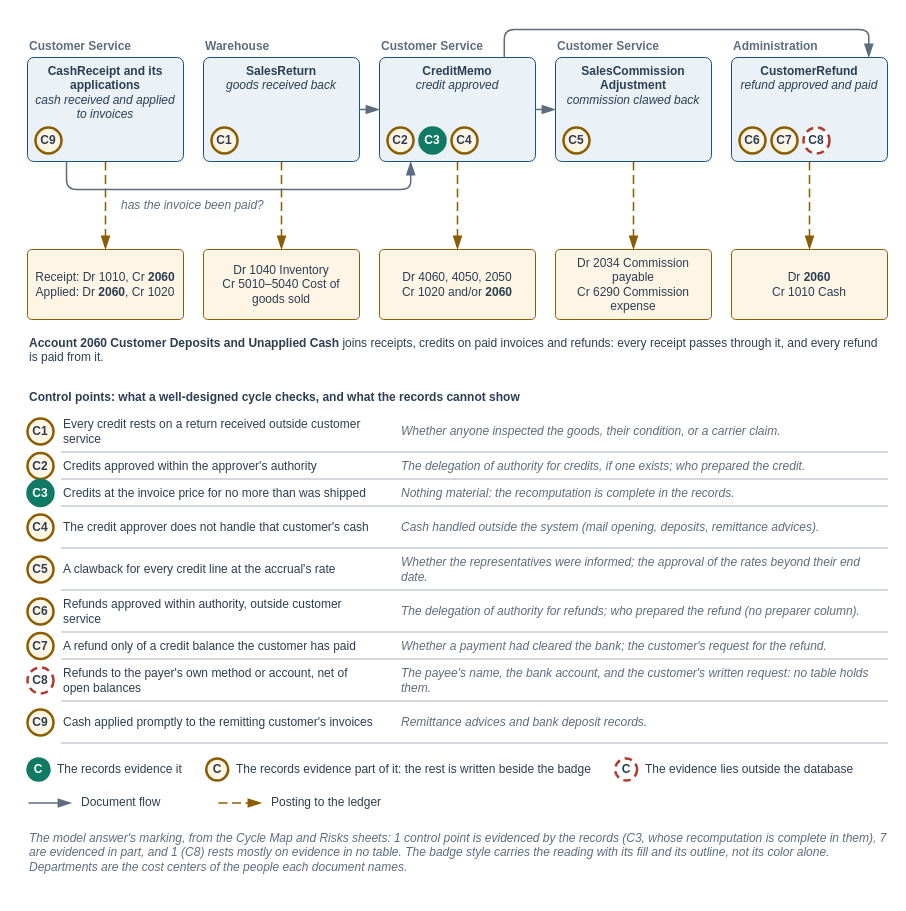
Above: facts/instructor/figures/chapter-19-customer-credits-audit/IF-19-1-A.drawio in mmcodesso/Accounting_Analytics_Book (draw.io), before the change. Source tidied: cells renumbered, new cells numbered last; positions are measured from the earlier drawing's top-left corner, leaving out a move shared by most shapes. Both pictures are drawn from the tidied source at 100%, with x=0, y=0 at pixel (27, 17).
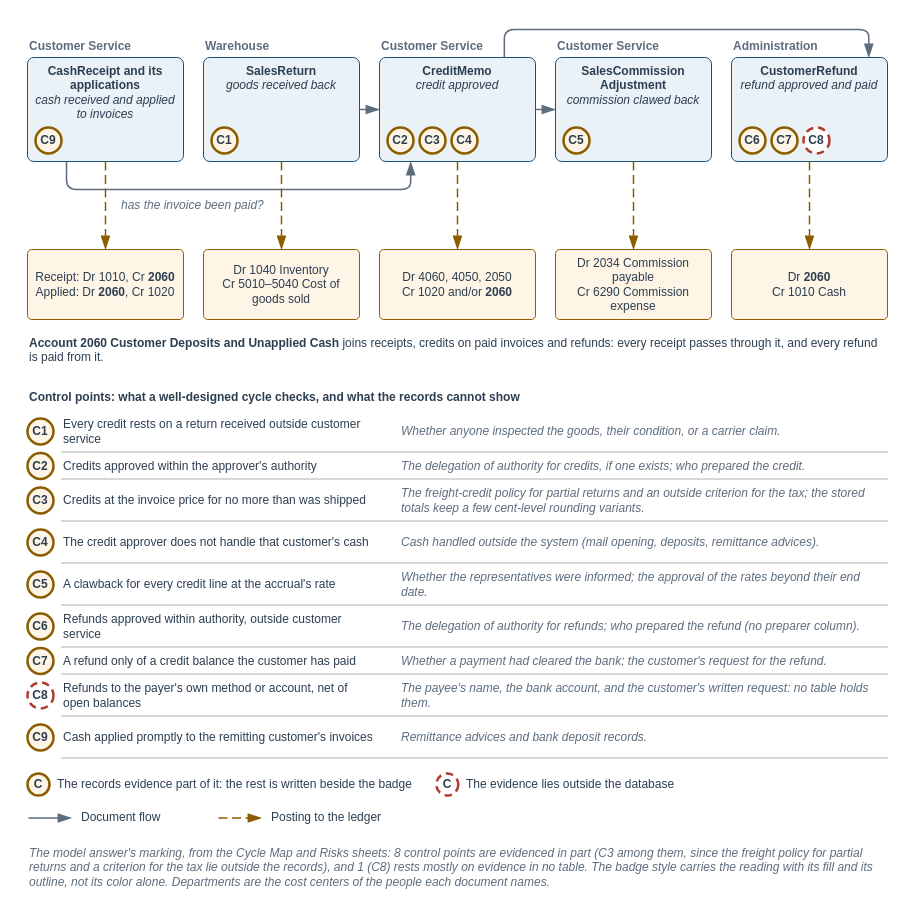
The same diagram, later.

The edit, as a diff of the source:
```diff
@@
     <mxCell id="2" style="rounded=0;html=1;fillColor=none;strokeColor=none;" parent="1" vertex="1">
-      <mxGeometry width="860" height="862" as="geometry" />
+      <mxGeometry width="860" height="877" as="geometry" />
     </mxCell>
@@
-    <mxCell id="16" value="&lt;b&gt;C3&lt;/b&gt;" style="ellipse;whiteSpace=wrap;html=1;fillColor=#117A65;strokeColor=#117A65;strokeWidth=2.5;fontColor=#FFFFFF;fontSize=12;fontFamily=Helvetica;align=center;verticalAlign=middle;spacing=0;" parent="1" vertex="1">
+    <mxCell id="16" value="&lt;b&gt;C3&lt;/b&gt;" style="ellipse;whiteSpace=wrap;html=1;fillColor=#FEF5E7;strokeColor=#8A5D00;strokeWidth=2.5;fontColor=#2C3E50;fontSize=12;fontFamily=Helvetica;align=center;verticalAlign=middle;spacing=0;" parent="1" vertex="1">
       <mxGeometry x="392" y="110" width="26" height="26" as="geometry" />
     </mxCell>
@@
-    <mxCell id="47" value="&lt;b&gt;C3&lt;/b&gt;" style="ellipse;whiteSpace=wrap;html=1;fillColor=#117A65;strokeColor=#117A65;strokeWidth=2.5;fontColor=#FFFFFF;fontSize=12;fontFamily=Helvetica;align=center;verticalAlign=middle;spacing=0;" parent="1" vertex="1">
-      <mxGeometry y="462.5" width="26" height="26" as="geometry" />
+    <mxCell id="47" value="&lt;b&gt;C3&lt;/b&gt;" style="ellipse;whiteSpace=wrap;html=1;fillColor=#FEF5E7;strokeColor=#8A5D00;strokeWidth=2.5;fontColor=#2C3E50;fontSize=12;fontFamily=Helvetica;align=center;verticalAlign=middle;spacing=0;" parent="1" vertex="1">
+      <mxGeometry y="470" width="26" height="26" as="geometry" />
     </mxCell>
     <mxCell id="48" value="Credits at the invoice price for no more than was shipped" style="text;html=1;whiteSpace=wrap;align=left;verticalAlign=middle;fontSize=12;fontColor=#2C3E50;fontStyle=0;fontFamily=Helvetica;spacing=2;fillColor=none;strokeColor=none;" parent="1" vertex="1">
-      <mxGeometry x="34" y="463" width="316" height="25" as="geometry" />
+      <mxGeometry x="34" y="463" width="316" height="40" as="geometry" />
     </mxCell>
-    <mxCell id="49" value="&lt;i&gt;Nothing material: the recomputation is complete in the records.&lt;/i&gt;" style="text;html=1;whiteSpace=wrap;align=left;verticalAlign=middle;fontSize=12;fontColor=#5D6D7E;fontStyle=0;fontFamily=Helvetica;spacing=2;fillColor=none;strokeColor=none;" parent="1" vertex="1">
-      <mxGeometry x="372" y="463" width="488" height="25" as="geometry" />
+    <mxCell id="49" value="&lt;i&gt;The freight-credit policy for partial returns and an outside criterion for the tax; the stored totals keep a few cent-level rounding variants.&lt;/i&gt;" style="text;html=1;whiteSpace=wrap;align=left;verticalAlign=middle;fontSize=12;fontColor=#5D6D7E;fontStyle=0;fontFamily=Helvetica;spacing=2;fillColor=none;strokeColor=none;" parent="1" vertex="1">
+      <mxGeometry x="372" y="463" width="488" height="40" as="geometry" />
     </mxCell>
     <mxCell id="50" style="rounded=0;arcSize=6;whiteSpace=wrap;html=1;fillColor=#D5D8DC;strokeColor=#D5D8DC;strokeWidth=1;fontColor=#2C3E50;fontSize=13;fontStyle=0;align=center;verticalAlign=middle;fontFamily=Helvetica;spacingLeft=6;spacingRight=6;" parent="1" vertex="1">
-      <mxGeometry x="34" y="488" width="826" height="1" as="geometry" />
+      <mxGeometry x="34" y="503" width="826" height="1" as="geometry" />
     </mxCell>
     <mxCell id="51" value="&lt;b&gt;C4&lt;/b&gt;" style="ellipse;whiteSpace=wrap;html=1;fillColor=#FEF5E7;strokeColor=#8A5D00;strokeWidth=2.5;fontColor=#2C3E50;fontSize=12;fontFamily=Helvetica;align=center;verticalAlign=middle;spacing=0;" parent="1" vertex="1">
-      <mxGeometry y="497" width="26" height="26" as="geometry" />
+      <mxGeometry y="512" width="26" height="26" as="geometry" />
     </mxCell>
     <mxCell id="52" value="The credit approver does not handle that customer's cash" style="text;html=1;whiteSpace=wrap;align=left;verticalAlign=middle;fontSize=12;fontColor=#2C3E50;fontStyle=0;fontFamily=Helvetica;spacing=2;fillColor=none;strokeColor=none;" parent="1" vertex="1">
-      <mxGeometry x="34" y="490" width="316" height="40" as="geometry" />
+      <mxGeometry x="34" y="505" width="316" height="40" as="geometry" />
     </mxCell>
     <mxCell id="53" value="&lt;i&gt;Cash handled outside the system (mail opening, deposits, remittance advices).&lt;/i&gt;" style="text;html=1;whiteSpace=wrap;align=left;verticalAlign=middle;fontSize=12;fontColor=#5D6D7E;fontStyle=0;fontFamily=Helvetica;spacing=2;fillColor=none;strokeColor=none;" parent="1" vertex="1">
-      <mxGeometry x="372" y="490" width="488" height="40" as="geometry" />
+      <mxGeometry x="372" y="505" width="488" height="40" as="geometry" />
     </mxCell>
     <mxCell id="54" style="rounded=0;arcSize=6;whiteSpace=wrap;html=1;fillColor=#D5D8DC;strokeColor=#D5D8DC;strokeWidth=1;fontColor=#2C3E50;fontSize=13;fontStyle=0;align=center;verticalAlign=middle;fontFamily=Helvetica;spacingLeft=6;spacingRight=6;" parent="1" vertex="1">
-      <mxGeometry x="34" y="530" width="826" height="1" as="geometry" />
+      <mxGeometry x="34" y="545" width="826" height="1" as="geometry" />
     </mxCell>
     <mxCell id="55" value="&lt;b&gt;C5&lt;/b&gt;" style="ellipse;whiteSpace=wrap;html=1;fillColor=#FEF5E7;strokeColor=#8A5D00;strokeWidth=2.5;fontColor=#2C3E50;fontSize=12;fontFamily=Helvetica;align=center;verticalAlign=middle;spacing=0;" parent="1" vertex="1">
-      <mxGeometry y="539" width="26" height="26" as="geometry" />
+      <mxGeometry y="554" width="26" height="26" as="geometry" />
     </mxCell>
     <mxCell id="56" value="A clawback for every credit line at the accrual's rate" style="text;html=1;whiteSpace=wrap;align=left;verticalAlign=middle;fontSize=12;fontColor=#2C3E50;fontStyle=0;fontFamily=Helvetica;spacing=2;fillColor=none;strokeColor=none;" parent="1" vertex="1">
-      <mxGeometry x="34" y="532" width="316" height="40" as="geometry" />
+      <mxGeometry x="34" y="547" width="316" height="40" as="geometry" />
     </mxCell>
     <mxCell id="57" value="&lt;i&gt;Whether the representatives were informed; the approval of the rates beyond their end date.&lt;/i&gt;" style="text;html=1;whiteSpace=wrap;align=left;verticalAlign=middle;fontSize=12;fontColor=#5D6D7E;fontStyle=0;fontFamily=Helvetica;spacing=2;fillColor=none;strokeColor=none;" parent="1" vertex="1">
-      <mxGeometry x="372" y="532" width="488" height="40" as="geometry" />
+      <mxGeometry x="372" y="547" width="488" height="40" as="geometry" />
     </mxCell>
     <mxCell id="58" style="rounded=0;arcSize=6;whiteSpace=wrap;html=1;fillColor=#D5D8DC;strokeColor=#D5D8DC;strokeWidth=1;fontColor=#2C3E50;fontSize=13;fontStyle=0;align=center;verticalAlign=middle;fontFamily=Helvetica;spacingLeft=6;spacingRight=6;" parent="1" vertex="1">
-      <mxGeometry x="34" y="572" width="826" height="1" as="geometry" />
+      <mxGeometry x="34" y="587" width="826" height="1" as="geometry" />
     </mxCell>
     <mxCell id="59" value="&lt;b&gt;C6&lt;/b&gt;" style="ellipse;whiteSpace=wrap;html=1;fillColor=#FEF5E7;strokeColor=#8A5D00;strokeWidth=2.5;fontColor=#2C3E50;fontSize=12;fontFamily=Helvetica;align=center;verticalAlign=middle;spacing=0;" parent="1" vertex="1">
-      <mxGeometry y="581" width="26" height="26" as="geometry" />
+      <mxGeometry y="596" width="26" height="26" as="geometry" />
     </mxCell>
     <mxCell id="60" value="Refunds approved within authority, outside customer service" style="text;html=1;whiteSpace=wrap;align=left;verticalAlign=middle;fontSize=12;fontColor=#2C3E50;fontStyle=0;fontFamily=Helvetica;spacing=2;fillColor=none;strokeColor=none;" parent="1" vertex="1">
-      <mxGeometry x="34" y="574" width="316" height="40" as="geometry" />
+      <mxGeometry x="34" y="589" width="316" height="40" as="geometry" />
     </mxCell>
     <mxCell id="61" value="&lt;i&gt;The delegation of authority for refunds; who prepared the refund (no preparer column).&lt;/i&gt;" style="text;html=1;whiteSpace=wrap;align=left;verticalAlign=middle;fontSize=12;fontColor=#5D6D7E;fontStyle=0;fontFamily=Helvetica;spacing=2;fillColor=none;strokeColor=none;" parent="1" vertex="1">
-      <mxGeometry x="372" y="574" width="488" height="40" as="geometry" />
+      <mxGeometry x="372" y="589" width="488" height="40" as="geometry" />
     </mxCell>
     <mxCell id="62" style="rounded=0;arcSize=6;whiteSpace=wrap;html=1;fillColor=#D5D8DC;strokeColor=#D5D8DC;strokeWidth=1;fontColor=#2C3E50;fontSize=13;fontStyle=0;align=center;verticalAlign=middle;fontFamily=Helvetica;spacingLeft=6;spacingRight=6;" parent="1" vertex="1">
-      <mxGeometry x="34" y="614" width="826" height="1" as="geometry" />
+      <mxGeometry x="34" y="629" width="826" height="1" as="geometry" />
     </mxCell>
     <mxCell id="63" value="&lt;b&gt;C7&lt;/b&gt;" style="ellipse;whiteSpace=wrap;html=1;fillColor=#FEF5E7;strokeColor=#8A5D00;strokeWidth=2.5;fontColor=#2C3E50;fontSize=12;fontFamily=Helvetica;align=center;verticalAlign=middle;spacing=0;" parent="1" vertex="1">
-      <mxGeometry y="615.5" width="26" height="26" as="geometry" />
+      <mxGeometry y="630.5" width="26" height="26" as="geometry" />
     </mxCell>
     <mxCell id="64" value="A refund only of a credit balance the customer has paid" style="text;html=1;whiteSpace=wrap;align=left;verticalAlign=middle;fontSize=12;fontColor=#2C3E50;fontStyle=0;fontFamily=Helvetica;spacing=2;fillColor=none;strokeColor=none;" parent="1" vertex="1">
-      <mxGeometry x="34" y="616" width="316" height="25" as="geometry" />
+      <mxGeometry x="34" y="631" width="316" height="25" as="geometry" />
     </mxCell>
     <mxCell id="65" value="&lt;i&gt;Whether a payment had cleared the bank; the customer's request for the refund.&lt;/i&gt;" style="text;html=1;whiteSpace=wrap;align=left;verticalAlign=middle;fontSize=12;fontColor=#5D6D7E;fontStyle=0;fontFamily=Helvetica;spacing=2;fillColor=none;strokeColor=none;" parent="1" vertex="1">
-      <mxGeometry x="372" y="616" width="488" height="25" as="geometry" />
+      <mxGeometry x="372" y="631" width="488" height="25" as="geometry" />
     </mxCell>
     <mxCell id="66" style="rounded=0;arcSize=6;whiteSpace=wrap;html=1;fillColor=#D5D8DC;strokeColor=#D5D8DC;strokeWidth=1;fontColor=#2C3E50;fontSize=13;fontStyle=0;align=center;verticalAlign=middle;fontFamily=Helvetica;spacingLeft=6;spacingRight=6;" parent="1" vertex="1">
-      <mxGeometry x="34" y="641" width="826" height="1" as="geometry" />
+      <mxGeometry x="34" y="656" width="826" height="1" as="geometry" />
     </mxCell>
     <mxCell id="67" value="&lt;b&gt;C8&lt;/b&gt;" style="ellipse;whiteSpace=wrap;html=1;fillColor=#FFFFFF;strokeColor=#B03A2E;strokeWidth=2.5;dashed=1;dashPattern=3 2;fontColor=#2C3E50;fontSize=12;fontFamily=Helvetica;align=center;verticalAlign=middle;spacing=0;" parent="1" vertex="1">
-      <mxGeometry y="650" width="26" height="26" as="geometry" />
+      <mxGeometry y="665" width="26" height="26" as="geometry" />
     </mxCell>
     <mxCell id="68" value="Refunds to the payer's own method or account, net of open balances" style="text;html=1;whiteSpace=wrap;align=left;verticalAlign=middle;fontSize=12;fontColor=#2C3E50;fontStyle=0;fontFamily=Helvetica;spacing=2;fillColor=none;strokeColor=none;" parent="1" vertex="1">
-      <mxGeometry x="34" y="643" width="316" height="40" as="geometry" />
+      <mxGeometry x="34" y="658" width="316" height="40" as="geometry" />
     </mxCell>
     <mxCell id="69" value="&lt;i&gt;The payee's name, the bank account, and the customer's written request: no table holds them.&lt;/i&gt;" style="text;html=1;whiteSpace=wrap;align=left;verticalAlign=middle;fontSize=12;fontColor=#5D6D7E;fontStyle=0;fontFamily=Helvetica;spacing=2;fillColor=none;strokeColor=none;" parent="1" vertex="1">
-      <mxGeometry x="372" y="643" width="488" height="40" as="geometry" />
+      <mxGeometry x="372" y="658" width="488" height="40" as="geometry" />
     </mxCell>
     <mxCell id="70" style="rounded=0;arcSize=6;whiteSpace=wrap;html=1;fillColor=#D5D8DC;strokeColor=#D5D8DC;strokeWidth=1;fontColor=#2C3E50;fontSize=13;fontStyle=0;align=center;verticalAlign=middle;fontFamily=Helvetica;spacingLeft=6;spacingRight=6;" parent="1" vertex="1">
-      <mxGeometry x="34" y="683" width="826" height="1" as="geometry" />
+      <mxGeometry x="34" y="698" width="826" height="1" as="geometry" />
     </mxCell>
     <mxCell id="71" value="&lt;b&gt;C9&lt;/b&gt;" style="ellipse;whiteSpace=wrap;html=1;fillColor=#FEF5E7;strokeColor=#8A5D00;strokeWidth=2.5;fontColor=#2C3E50;fontSize=12;fontFamily=Helvetica;align=center;verticalAlign=middle;spacing=0;" parent="1" vertex="1">
-      <mxGeometry y="692" width="26" height="26" as="geometry" />
+      <mxGeometry y="707" width="26" height="26" as="geometry" />
     </mxCell>
     <mxCell id="72" value="Cash applied promptly to the remitting customer's invoices" style="text;html=1;whiteSpace=wrap;align=left;verticalAlign=middle;fontSize=12;fontColor=#2C3E50;fontStyle=0;fontFamily=Helvetica;spacing=2;fillColor=none;strokeColor=none;" parent="1" vertex="1">
-      <mxGeometry x="34" y="685" width="316" height="40" as="geometry" />
+      <mxGeometry x="34" y="700" width="316" height="40" as="geometry" />
     </mxCell>
     <mxCell id="73" value="&lt;i&gt;Remittance advices and bank deposit records.&lt;/i&gt;" style="text;html=1;whiteSpace=wrap;align=left;verticalAlign=middle;fontSize=12;fontColor=#5D6D7E;fontStyle=0;fontFamily=Helvetica;spacing=2;fillColor=none;strokeColor=none;" parent="1" vertex="1">
-      <mxGeometry x="372" y="685" width="488" height="40" as="geometry" />
+      <mxGeometry x="372" y="700" width="488" height="40" as="geometry" />
     </mxCell>
     <mxCell id="74" style="rounded=0;arcSize=6;whiteSpace=wrap;html=1;fillColor=#D5D8DC;strokeColor=#D5D8DC;strokeWidth=1;fontColor=#2C3E50;fontSize=13;fontStyle=0;align=center;verticalAlign=middle;fontFamily=Helvetica;spacingLeft=6;spacingRight=6;" parent="1" vertex="1">
-      <mxGeometry x="34" y="725" width="826" height="1" as="geometry" />
+      <mxGeometry x="34" y="740" width="826" height="1" as="geometry" />
     </mxCell>
-    <mxCell id="75" value="&lt;b&gt;C&lt;/b&gt;" style="ellipse;whiteSpace=wrap;html=1;fillColor=#117A65;strokeColor=#117A65;strokeWidth=2.5;fontColor=#FFFFFF;fontSize=12;fontFamily=Helvetica;align=center;verticalAlign=middle;spacing=0;" parent="1" vertex="1">
-      <mxGeometry y="741" width="22" height="22" as="geometry" />
+    <mxCell id="75" value="&lt;b&gt;C&lt;/b&gt;" style="ellipse;whiteSpace=wrap;html=1;fillColor=#FEF5E7;strokeColor=#8A5D00;strokeWidth=2.5;fontColor=#2C3E50;fontSize=12;fontFamily=Helvetica;align=center;verticalAlign=middle;spacing=0;" parent="1" vertex="1">
+      <mxGeometry y="756" width="22" height="22" as="geometry" />
     </mxCell>
-    <mxCell id="76" value="The records evidence it" style="text;html=1;whiteSpace=wrap;align=left;verticalAlign=middle;fontSize=12;fontColor=#2C3E50;fontStyle=0;fontFamily=Helvetica;spacing=2;fillColor=none;strokeColor=none;" parent="1" vertex="1">
-      <mxGeometry x="28" y="741" width="136.7" height="22" as="geometry" />
+    <mxCell id="76" value="The records evidence part of it: the rest is written beside the badge" style="text;html=1;whiteSpace=wrap;align=left;verticalAlign=middle;fontSize=12;fontColor=#2C3E50;fontStyle=0;fontFamily=Helvetica;spacing=2;fillColor=none;strokeColor=none;" parent="1" vertex="1">
+      <mxGeometry x="28" y="756" width="366.8" height="22" as="geometry" />
     </mxCell>
-    <mxCell id="77" value="&lt;b&gt;C&lt;/b&gt;" style="ellipse;whiteSpace=wrap;html=1;fillColor=#FEF5E7;strokeColor=#8A5D00;strokeWidth=2.5;fontColor=#2C3E50;fontSize=12;fontFamily=Helvetica;align=center;verticalAlign=middle;spacing=0;" parent="1" vertex="1">
-      <mxGeometry x="178.7" y="741" width="22" height="22" as="geometry" />
+    <mxCell id="77" value="&lt;b&gt;C&lt;/b&gt;" style="ellipse;whiteSpace=wrap;html=1;fillColor=#FFFFFF;strokeColor=#B03A2E;strokeWidth=2.5;dashed=1;dashPattern=3 2;fontColor=#2C3E50;fontSize=12;fontFamily=Helvetica;align=center;verticalAlign=middle;spacing=0;" parent="1" vertex="1">
+      <mxGeometry x="408.8" y="756" width="22" height="22" as="geometry" />
     </mxCell>
-    <mxCell id="78" value="The records evidence part of it: the rest is written beside the badge" style="text;html=1;whiteSpace=wrap;align=left;verticalAlign=middle;fontSize=12;fontColor=#2C3E50;fontStyle=0;fontFamily=Helvetica;spacing=2;fillColor=none;strokeColor=none;" parent="1" vertex="1">
-      <mxGeometry x="206.7" y="741" width="366.8" height="22" as="geometry" />
+    <mxCell id="78" value="The evidence lies outside the database" style="text;html=1;whiteSpace=wrap;align=left;verticalAlign=middle;fontSize=12;fontColor=#2C3E50;fontStyle=0;fontFamily=Helvetica;spacing=2;fillColor=none;strokeColor=none;" parent="1" vertex="1">
+      <mxGeometry x="436.8" y="756" width="220.1" height="22" as="geometry" />
     </mxCell>
-    <mxCell id="79" value="&lt;b&gt;C&lt;/b&gt;" style="ellipse;whiteSpace=wrap;html=1;fillColor=#FFFFFF;strokeColor=#B03A2E;strokeWidth=2.5;dashed=1;dashPattern=3 2;fontColor=#2C3E50;fontSize=12;fontFamily=Helvetica;align=center;verticalAlign=middle;spacing=0;" parent="1" vertex="1">
-      <mxGeometry x="587.6" y="741" width="22" height="22" as="geometry" />
+    <mxCell id="79" style="text;html=1;strokeColor=none;fillColor=none;" parent="1" vertex="1">
+      <mxGeometry y="800" width="1" height="1" as="geometry" />
     </mxCell>
-    <mxCell id="80" value="The evidence lies outside the database" style="text;html=1;whiteSpace=wrap;align=left;verticalAlign=middle;fontSize=12;fontColor=#2C3E50;fontStyle=0;fontFamily=Helvetica;spacing=2;fillColor=none;strokeColor=none;" parent="1" vertex="1">
-      <mxGeometry x="615.6" y="741" width="220.1" height="22" as="geometry" />
+    <mxCell id="80" style="text;html=1;strokeColor=none;fillColor=none;" parent="1" vertex="1">
+      <mxGeometry x="44" y="800" width="1" height="1" as="geometry" />
     </mxCell>
-    <mxCell id="81" style="text;html=1;strokeColor=none;fillColor=none;" parent="1" vertex="1">
-      <mxGeometry y="785" width="1" height="1" as="geometry" />
-    </mxCell>
+    <mxCell id="90" style="edgeStyle=orthogonalEdgeStyle;rounded=1;html=1;startArrow=none;endArrow=blockThin;startFill=0;endFill=1;startSize=10;endSize=10;strokeColor=#5D6D7E;strokeWidth=1.5;fontSize=12;fontColor=#2C3E50;fontFamily=Helvetica;labelBackgroundColor=#FFFFFF;" parent="1" edge="1" source="79" target="80">
+      <mxGeometry relative="1" as="geometry" />
+    </mxCell>
-    <mxCell id="82" style="text;html=1;strokeColor=none;fillColor=none;" parent="1" vertex="1">
-      <mxGeometry x="44" y="785" width="1" height="1" as="geometry" />
+    <mxCell id="82" value="Document flow" style="text;html=1;whiteSpace=wrap;align=left;verticalAlign=middle;fontSize=12;fontColor=#2C3E50;fontStyle=0;fontFamily=Helvetica;spacing=2;fillColor=none;strokeColor=none;" parent="1" vertex="1">
+      <mxGeometry x="52" y="790" width="120" height="20" as="geometry" />
     </mxCell>
-    <mxCell id="83" style="edgeStyle=orthogonalEdgeStyle;rounded=1;html=1;startArrow=none;endArrow=blockThin;startFill=0;endFill=1;startSize=10;endSize=10;strokeColor=#5D6D7E;strokeWidth=1.5;fontSize=12;fontColor=#2C3E50;fontFamily=Helvetica;labelBackgroundColor=#FFFFFF;" parent="1" edge="1" source="81" target="82">
-      <mxGeometry relative="1" as="geometry" />
-    </mxCell>
+    <mxCell id="91" style="text;html=1;strokeColor=none;fillColor=none;" parent="1" vertex="1">
+      <mxGeometry x="190" y="800" width="1" height="1" as="geometry" />
+    </mxCell>
-    <mxCell id="84" value="Document flow" style="text;html=1;whiteSpace=wrap;align=left;verticalAlign=middle;fontSize=12;fontColor=#2C3E50;fontStyle=0;fontFamily=Helvetica;spacing=2;fillColor=none;strokeColor=none;" parent="1" vertex="1">
-      <mxGeometry x="52" y="775" width="120" height="20" as="geometry" />
+    <mxCell id="84" style="text;html=1;strokeColor=none;fillColor=none;" parent="1" vertex="1">
+      <mxGeometry x="234" y="800" width="1" height="1" as="geometry" />
     </mxCell>
-    <mxCell id="85" style="text;html=1;strokeColor=none;fillColor=none;" parent="1" vertex="1">
-      <mxGeometry x="190" y="785" width="1" height="1" as="geometry" />
-    </mxCell>
+    <mxCell id="92" style="edgeStyle=orthogonalEdgeStyle;rounded=1;html=1;startArrow=none;endArrow=blockThin;startFill=0;endFill=1;startSize=10;endSize=10;strokeColor=#8A5D00;strokeWidth=1.5;fontSize=12;fontColor=#2C3E50;fontFamily=Helvetica;labelBackgroundColor=#FFFFFF;dashed=1;dashPattern=6 3;" parent="1" edge="1" source="91" target="84">
+      <mxGeometry relative="1" as="geometry" />
+    </mxCell>
-    <mxCell id="86" style="text;html=1;strokeColor=none;fillColor=none;" parent="1" vertex="1">
-      <mxGeometry x="234" y="785" width="1" height="1" as="geometry" />
+    <mxCell id="86" value="Posting to the ledger" style="text;html=1;whiteSpace=wrap;align=left;verticalAlign=middle;fontSize=12;fontColor=#2C3E50;fontStyle=0;fontFamily=Helvetica;spacing=2;fillColor=none;strokeColor=none;" parent="1" vertex="1">
+      <mxGeometry x="242" y="790" width="180" height="20" as="geometry" />
     </mxCell>
-    <mxCell id="87" style="edgeStyle=orthogonalEdgeStyle;rounded=1;html=1;startArrow=none;endArrow=blockThin;startFill=0;endFill=1;startSize=10;endSize=10;strokeColor=#8A5D00;strokeWidth=1.5;fontSize=12;fontColor=#2C3E50;fontFamily=Helvetica;labelBackgroundColor=#FFFFFF;dashed=1;dashPattern=6 3;" parent="1" edge="1" source="85" target="86">
-      <mxGeometry relative="1" as="geometry" />
-    </mxCell>
-    <mxCell id="88" value="Posting to the ledger" style="text;html=1;whiteSpace=wrap;align=left;verticalAlign=middle;fontSize=12;fontColor=#2C3E50;fontStyle=0;fontFamily=Helvetica;spacing=2;fillColor=none;strokeColor=none;" parent="1" vertex="1">
-      <mxGeometry x="242" y="775" width="180" height="20" as="geometry" />
-    </mxCell>
-    <mxCell id="89" value="&lt;i&gt;The model answer's marking, from the Cycle Map and Risks sheets: 1 control point is evidenced by the records (C3, whose recomputation is complete in them), 7 are evidenced in part, and 1 (C8) rests mostly on evidence in no table. The badge style carries the reading with its fill and its outline, not its color alone. Departments are the cost centers of the people each document names.&lt;/i&gt;" style="text;html=1;whiteSpace=wrap;align=left;verticalAlign=top;fontSize=12;fontColor=#5D6D7E;fontStyle=0;fontFamily=Helvetica;spacing=2;fillColor=none;strokeColor=none;" parent="1" vertex="1">
-      <mxGeometry y="807" width="860" height="53" as="geometry" />
-    </mxCell>
+    <mxCell id="93" value="&lt;i&gt;The model answer's marking, from the Cycle Map and Risks sheets: 8 control points are evidenced in part (C3 among them, since the freight policy for partial returns and a criterion for the tax lie outside the records), and 1 (C8) rests mostly on evidence in no table. The badge style carries the reading with its fill and its outline, not its color alone. Departments are the cost centers of the people each document names.&lt;/i&gt;" style="text;html=1;whiteSpace=wrap;align=left;verticalAlign=top;fontSize=12;fontColor=#5D6D7E;fontStyle=0;fontFamily=Helvetica;spacing=2;fillColor=none;strokeColor=none;" parent="1" vertex="1">
+      <mxGeometry y="822" width="860" height="53" as="geometry" />
+    </mxCell>
```
